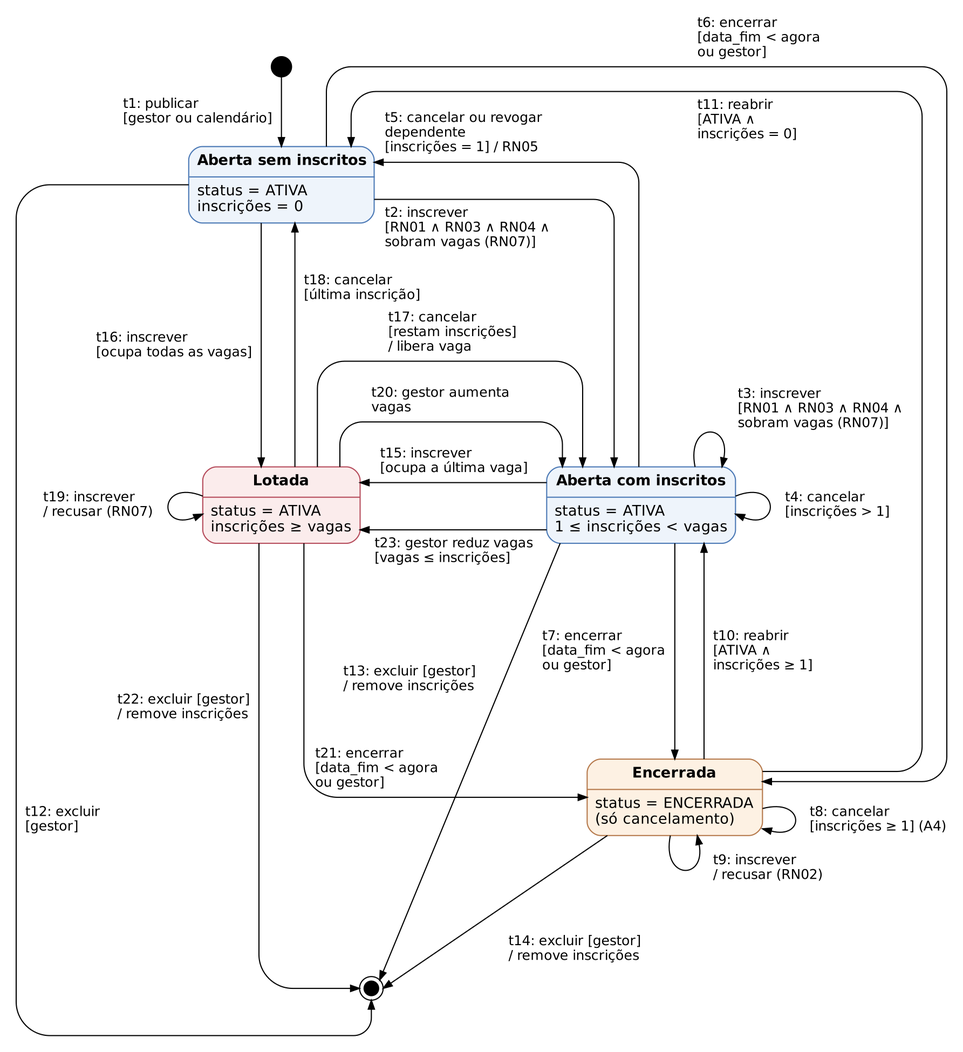
Above: qualidade/diagramas/ex05_estados.png in Conecta-Vida/Conecta-Vida-Mobile (Graphviz), before the change. Its source is kept beside it as qualidade/diagramas/ex05_estados.dot.
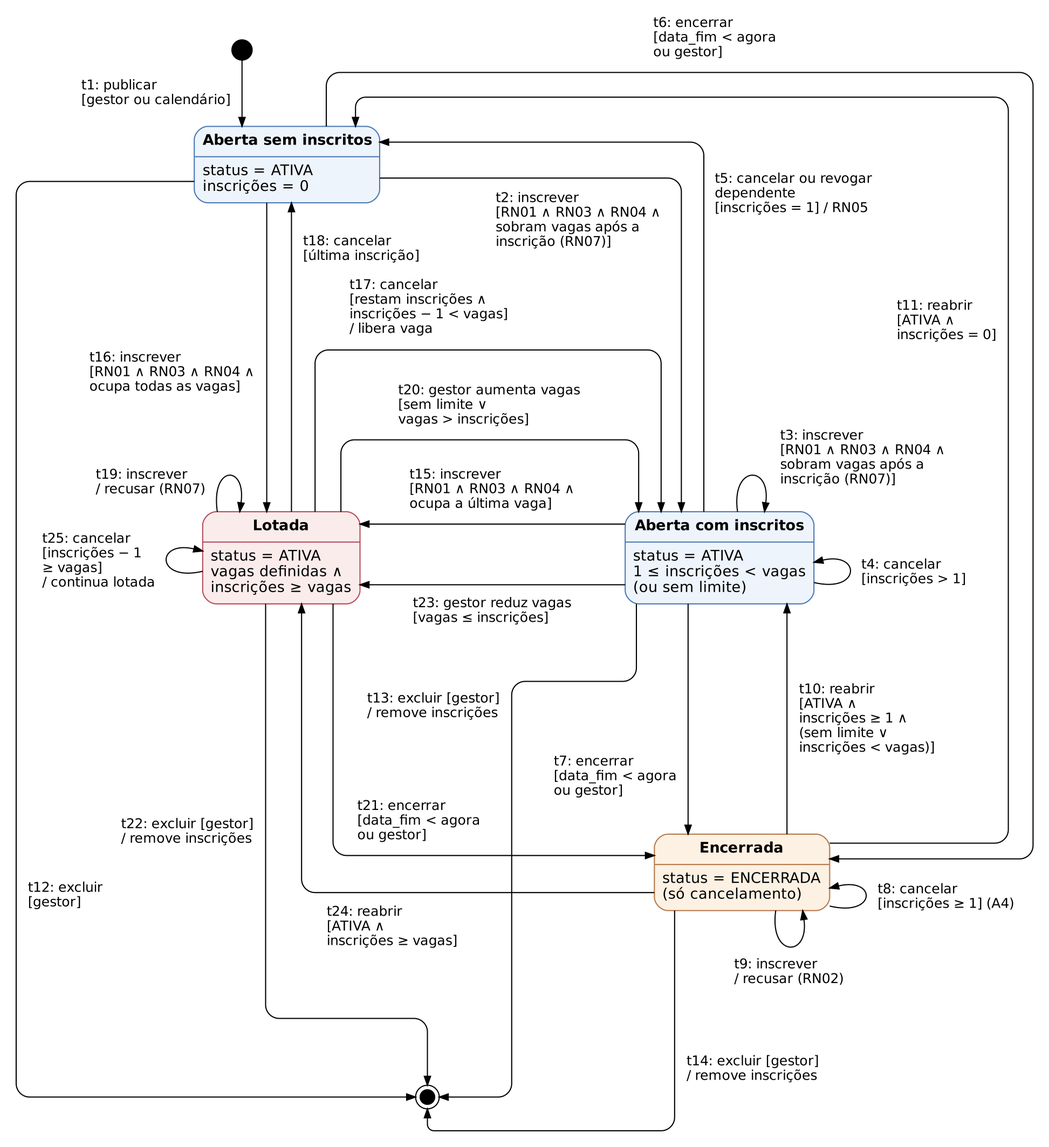
The same file after the commit.

Commit message:
docs(qualidade): ajustes dos modelos após revisão (RN07)

Diff of the diagram source:
```diff
@@ -3,43 +3,44 @@
   node  [fontname="DejaVu Sans", fontsize=13];
   edge  [fontname="DejaVu Sans", fontsize=12, arrowsize=0.8];
 
-  ini [pos="250.0,970.0", shape=circle, style=filled, fillcolor=black, label="", width=0.25];
-  fim [pos="330.0,150.0", shape=doublecircle, style=filled, fillcolor=black, label="", width=0.18];
-
-  E1 [pos="250.0,865.0", shape=plain, label=<<table border="1" cellborder="0" cellspacing="0" cellpadding="6" style="rounded" bgcolor="#EEF4FB" color="#4A78B5">
+  ini [pos="215.0,1062.0", shape=circle, style=filled, fillcolor=black, label="", width=0.25];
+  fim [pos="380.0,130.0", shape=doublecircle, style=filled, fillcolor=black, label="", width=0.18];
+  E1 [pos="255.0,960.0", shape=plain, label=<<table border="1" cellborder="0" cellspacing="0" cellpadding="6" style="rounded" bgcolor="#EEF4FB" color="#4A78B5">
       <tr><td><b>Aberta sem inscritos</b></td></tr><hr/>
       <tr><td align="left">status = ATIVA<br align="left"/>inscrições = 0<br align="left"/></td></tr></table>>];
-  E2 [pos="570.0,580.0", shape=plain, label=<<table border="1" cellborder="0" cellspacing="0" cellpadding="6" style="rounded" bgcolor="#EEF4FB" color="#4A78B5">
+  E2 [pos="640.0,610.0", shape=plain, label=<<table border="1" cellborder="0" cellspacing="0" cellpadding="6" style="rounded" bgcolor="#EEF4FB" color="#4A78B5">
       <tr><td><b>Aberta com inscritos</b></td></tr><hr/>
-      <tr><td align="left">status = ATIVA<br align="left"/>1 ≤ inscrições &lt; vagas<br align="left"/></td></tr></table>>];
-  E3 [pos="600.0,320.0", shape=plain, label=<<table border="1" cellborder="0" cellspacing="0" cellpadding="6" style="rounded" bgcolor="#FDF1E3" color="#B5784A">
+      <tr><td align="left">status = ATIVA<br align="left"/>1 ≤ inscrições &lt; vagas<br align="left"/>(ou sem limite)<br align="left"/></td></tr></table>>];
+  E3 [pos="660.0,330.0", shape=plain, label=<<table border="1" cellborder="0" cellspacing="0" cellpadding="6" style="rounded" bgcolor="#FDF1E3" color="#B5784A">
       <tr><td><b>Encerrada</b></td></tr><hr/>
       <tr><td align="left">status = ENCERRADA<br align="left"/>(só cancelamento)<br align="left"/></td></tr></table>>];
-  E5 [pos="250.0,580.0", shape=plain, label=<<table border="1" cellborder="0" cellspacing="0" cellpadding="6" style="rounded" bgcolor="#FBECEC" color="#B54A5A">
+  E5 [pos="250.0,610.0", shape=plain, label=<<table border="1" cellborder="0" cellspacing="0" cellpadding="6" style="rounded" bgcolor="#FBECEC" color="#B54A5A">
       <tr><td><b>Lotada</b></td></tr><hr/>
-      <tr><td align="left">status = ATIVA<br align="left"/>inscrições ≥ vagas<br align="left"/></td></tr></table>>];
+      <tr><td align="left">status = ATIVA<br align="left"/>vagas definidas ∧<br align="left"/>inscrições ≥ vagas<br align="left"/></td></tr></table>>];
 
-  ini -> E1 [label="t1: publicar\l[gestor ou calendário]\l", pos="e,250.0,899.0 250.0,961.0 250.0,940.3 250.0,919.7 250.0,907.0", lp="175.5,930.0"];
-  E1 -> E2 [label="t2: inscrever\l[RN01 ∧ RN03 ∧ RN04 ∧\lsobram vagas (RN07)]\l", pos="e,546.0,614.0 332.5,852.0 397.7,852.0 462.8,852.0 528.0,852.0 537.9,852.0 546.0,843.9 546.0,834.0 546.0,760.7 546.0,687.3 546.0,622.0", lp="416.0,826.5"];
-  E2 -> E2 [label="t3: inscrever\l[RN01 ∧ RN03 ∧ RN04 ∧\lsobram vagas (RN07)]\l", pos="e,642.0,614.0 618.0,614.0 610.0,654.0 650.0,654.0 643.6,621.8", lp="730.0,665.5"];
-  E2 -> E2 [label="t4: cancelar\l[inscrições > 1]\l", pos="e,654.0,572.0 654.0,588.0 694.0,604.0 694.0,556.0 661.4,569.0", lp="745.0,580.0"];
-  E2 -> E1 [label="t5: cancelar ou revogar\ldependente\l[inscrições = 1] / RN05\l", pos="e,332.5,885.0 568.0,614.0 568.0,698.3 568.0,782.7 568.0,867.0 568.0,876.9 559.9,885.0 550.0,885.0 477.5,885.0 405.0,885.0 340.5,885.0", lp="412.5,911.0"];
-  E1 -> E3 [label="t6: encerrar\l[data_fim < agora\lou gestor]\l", pos="e,678.0,334.0 290.0,899.0 290.0,915.3 290.0,931.7 290.0,948.0 290.0,960.1 299.9,970.0 312.0,970.0 481.3,970.0 650.7,970.0 820.0,970.0 832.1,970.0 842.0,960.1 842.0,948.0 842.0,750.7 842.0,553.3 842.0,356.0 842.0,343.9 832.1,334.0 820.0,334.0 772.7,334.0 725.3,334.0 686.0,334.0", lp="675.0,995.5"];
-  E2 -> E3 [label="t7: encerrar\l[data_fim < agora\lou gestor]\l", pos="e,600.0,354.0 600.0,546.0 600.0,482.0 600.0,418.0 600.0,362.0", lp="537.0,450.0"];
-  E3 -> E3 [label="t8: cancelar\l[inscrições ≥ 1] (A4)\l", pos="e,678.0,292.0 678.0,310.0 716.0,320.0 716.0,282.0 685.7,290.0", lp="781.0,300.0"];
-  E3 -> E3 [label="t9: inscrever\l/ recusar (RN02)\l", pos="e,620.0,286.0 596.0,286.0 588.0,246.0 628.0,246.0 621.6,278.2", lp="683.0,257.0"];
-  E3 -> E2 [label="t10: reabrir\l[ATIVA ∧\linscrições ≥ 1]\l", pos="e,626.0,546.0 626.0,354.0 626.0,418.0 626.0,482.0 626.0,538.0", lp="678.5,450.0"];
-  E3 -> E1 [label="t11: reabrir\l[ATIVA ∧\linscrições = 0]\l", pos="e,312.0,899.0 678.0,343.0 718.0,343.0 758.0,343.0 798.0,343.0 810.1,343.0 820.0,352.9 820.0,365.0 820.0,553.7 820.0,740.7 820.0,926.0 820.0,938.1 810.1,948.0 798.0,948.0 643.3,948.0 488.7,948.0 334.0,948.0 321.9,948.0 312.0,938.1 312.0,926.0 312.0,917.0 312.0,908.0 312.0,907.0", lp="664.5,922.5"];
-  E1 -> fim [label="t12: excluir\l[gestor]\l", pos="e,330.0,139.5 167.5,865.0 126.3,865.0 85.2,865.0 44.0,865.0 27.5,865.0 14.0,851.5 14.0,835.0 14.0,602.7 14.0,370.3 14.0,138.0 14.0,121.5 27.5,108.0 44.0,108.0 134.1,108.0 224.2,108.0 314.2,108.0 322.9,108.0 330.0,115.1 330.0,123.8 330.0,129.0 330.0,134.2 330.0,131.5", lp="55.5,300.0"];
-  E2 -> fim [label="t13: excluir [gestor]\l/ remove inscrições\l", pos="e,337.4,157.4 498.0,546.0 444.4,416.5 390.9,286.9 340.4,164.7", lp="364.0,425.0"];
-  E3 -> fim [label="t14: excluir [gestor]\l/ remove inscrições\l", pos="e,340.5,150.0 540.0,286.0 473.5,240.7 407.0,195.3 347.1,154.5", lp="511.0,185.0"];
-  E2 -> E5 [label="t15: inscrever\l[ocupa a última vaga]\l", pos="e,320.0,600.0 486.0,600.0 430.7,600.0 375.3,600.0 328.0,600.0", lp="403.8,619.0"];
-  E1 -> E5 [label="t16: inscrever\l[ocupa todas as vagas]\l", pos="e,232.0,614.0 232.0,831.0 232.0,758.7 232.0,686.3 232.0,622.0", lp="154.5,722.0"];
-  E5 -> E2 [label="t17: cancelar\l[restam inscrições]\l/ libera vaga\l", pos="e,518.0,614.0 282.0,614.0 282.0,637.3 282.0,660.7 282.0,684.0 282.0,697.2 292.8,708.0 306.0,708.0 368.7,708.0 431.3,708.0 494.0,708.0 507.2,708.0 518.0,697.2 518.0,684.0 518.0,660.7 518.0,637.3 518.0,622.0", lp="402.5,733.5"];
-  E5 -> E1 [label="t18: cancelar\l[última inscrição]\l", pos="e,262.0,831.0 262.0,614.0 262.0,686.3 262.0,758.7 262.0,823.0", lp="322.0,773.0"];
-  E5 -> E5 [label="t19: inscrever\l/ recusar (RN07)\l", pos="e,180.0,572.0 180.0,588.0 140.0,604.0 140.0,556.0 172.6,569.0", lp="87.0,580.0"];
-  E5 -> E2 [label="t20: gestor aumenta\lvagas\l", pos="e,500.0,614.0 302.0,614.0 302.0,620.7 302.0,627.3 302.0,634.0 302.0,645.0 311.0,654.0 322.0,654.0 374.7,654.0 427.3,654.0 480.0,654.0 491.0,654.0 500.0,645.0 500.0,634.0 500.0,627.3 500.0,620.7 500.0,622.0", lp="392.0,673.0"];
-  E5 -> E3 [label="t21: encerrar\l[data_fim < agora\lou gestor]\l", pos="e,522.0,320.0 270.0,546.0 270.0,480.7 270.0,415.3 270.0,350.0 270.0,333.5 283.5,320.0 300.0,320.0 374.0,320.0 448.0,320.0 514.0,320.0", lp="335.0,345.5"];
-  E5 -> fim [label="t22: excluir [gestor]\l/ remove inscrições\l", pos="e,319.5,150.0 230.0,546.0 230.0,424.0 230.0,302.0 230.0,180.0 230.0,163.5 243.5,150.0 260.0,150.0 279.8,150.0 299.7,150.0 311.5,150.0", lp="163.0,400.0"];
-  E2 -> E5 [label="t23: gestor reduz vagas\l[vagas ≤ inscrições]\l", pos="e,320.0,558.0 486.0,558.0 430.7,558.0 375.3,558.0 328.0,558.0", lp="403.8,539.0"];
+  ini -> E1 [label="t1: publicar\l[gestor ou calendário]\l", pos="e,215.0,994.0 215.0,1053.0 215.0,1036.0 215.0,1019.0 215.0,1002.0", lp="138.5,1023.5"];
+  E1 -> E2 [label="t2: inscrever\l[RN01 ∧ RN03 ∧ RN04 ∧\lsobram vagas após a\linscrição (RN07)]\l", pos="e,606.0,651.0 337.5,948.0 423.0,948.0 508.5,948.0 594.0,948.0 600.6,948.0 606.0,942.6 606.0,936.0 606.0,843.7 606.0,751.3 606.0,659.0", lp="514.7,910.2"];
+  E2 -> E2 [label="t3: inscrever\l[RN01 ∧ RN03 ∧ RN04 ∧\lsobram vagas após a\linscrição (RN07)]\l", pos="e,680.0,651.0 656.0,651.0 650.0,693.0 686.0,693.0 681.1,658.9", lp="767.9,698.8"];
+  E2 -> E2 [label="t4: cancelar\l[inscrições > 1]\l", pos="e,724.0,606.0 724.0,588.0 766.0,578.0 766.0,616.0 731.8,607.9", lp="813.2,597.0"];
+  E2 -> E1 [label="t5: cancelar ou revogar\ldependente\l[inscrições = 1] / RN05\l", pos="e,337.5,980.0 626.0,651.0 626.0,756.7 626.0,862.3 626.0,968.0 626.0,974.6 620.6,980.0 614.0,980.0 524.5,980.0 435.0,980.0 345.5,980.0", lp="706.2,933.9"];
+  E1 -> E3 [label="t6: encerrar\l[data_fim < agora\lou gestor]\l", pos="e,738.0,342.0 290.0,994.0 290.0,1006.0 290.0,1018.0 290.0,1030.0 290.0,1036.6 295.4,1042.0 302.0,1042.0 503.7,1042.0 705.3,1042.0 907.0,1042.0 913.6,1042.0 919.0,1036.6 919.0,1030.0 919.0,804.7 919.0,579.3 919.0,354.0 919.0,347.4 913.6,342.0 907.0,342.0 853.3,342.0 799.7,342.0 746.0,342.0", lp="636.0,1072.6"];
+  E2 -> E3 [label="t7: encerrar\l[data_fim < agora\lou gestor]\l", pos="e,612.0,364.0 612.0,569.0 612.0,503.3 612.0,437.7 612.0,372.0", lp="547.4,415.2"];
+  E3 -> E3 [label="t8: cancelar\l[inscrições ≥ 1] (A4)\l", pos="e,738.0,316.0 738.0,300.0 780.0,290.0 780.0,326.0 745.8,317.9", lp="841.7,308.0"];
+  E3 -> E3 [label="t9: inscrever\l/ recusar (RN02)\l", pos="e,714.0,296.0 690.0,296.0 684.0,254.0 720.0,254.0 715.1,288.1", lp="702.0,241.1"];
+  E3 -> E2 [label="t10: reabrir\l[ATIVA ∧\linscrições ≥ 1 ∧\l(sem limite ∨\linscrições < vagas)]\l", pos="e,700.0,569.0 700.0,364.0 700.0,429.7 700.0,495.3 700.0,561.0", lp="771.2,466.5"];
+  E3 -> E1 [label="t11: reabrir\l[ATIVA ∧\linscrições = 0]\l", pos="e,316.0,994.0 738.0,356.0 787.0,356.0 836.0,356.0 885.0,356.0 891.6,356.0 897.0,361.4 897.0,368.0 897.0,581.3 897.0,794.7 897.0,1008.0 897.0,1014.6 891.6,1020.0 885.0,1020.0 698.3,1020.0 511.7,1020.0 325.0,1020.0 320.0,1020.0 316.0,1016.0 316.0,1011.0 316.0,1008.0 316.0,1005.0 316.0,1002.0", lp="842.2,820.8"];
+  E1 -> fim [label="t12: excluir\l[gestor]\l", pos="e,369.5,130.0 172.5,945.0 123.7,945.0 74.8,945.0 26.0,945.0 19.4,945.0 14.0,939.6 14.0,933.0 14.0,669.3 14.0,405.7 14.0,142.0 14.0,135.4 19.4,130.0 26.0,130.0 137.8,130.0 249.7,130.0 361.5,130.0", lp="57.9,309.3"];
+  E2 -> fim [label="t13: excluir [gestor]\l/ remove inscrições\l", pos="e,390.5,130.0 566.0,569.0 566.0,550.0 566.0,531.0 566.0,512.0 566.0,505.4 560.6,500.0 554.0,500.0 525.0,500.0 496.0,500.0 467.0,500.0 460.4,500.0 455.0,494.6 455.0,488.0 455.0,372.7 455.0,257.3 455.0,142.0 455.0,135.4 449.6,130.0 443.0,130.0 428.2,130.0 413.3,130.0 398.5,130.0", lp="385.4,477.8"];
+  E3 -> fim [label="t14: excluir [gestor]\l/ remove inscrições\l", pos="e,380.0,119.5 600.0,296.0 600.0,234.7 600.0,173.3 600.0,112.0 600.0,105.4 594.6,100.0 588.0,100.0 520.6,100.0 453.2,100.0 385.8,100.0 382.6,100.0 380.0,102.6 380.0,105.8 380.0,107.7 380.0,109.6 380.0,111.5", lp="669.6,154.9"];
+  E2 -> E5 [label="t15: inscrever\l[RN01 ∧ RN03 ∧ RN04 ∧\locupa a última vaga]\l", pos="e,320.0,640.0 556.0,640.0 480.0,640.0 404.0,640.0 328.0,640.0", lp="438.0,670.6"];
+  E1 -> E5 [label="t16: inscrever\l[RN01 ∧ RN03 ∧ RN04 ∧\locupa todas as vagas]\l", pos="e,237.0,651.0 237.0,926.0 237.0,837.0 237.0,748.0 237.0,659.0", lp="153.1,774.8"];
+  E5 -> E2 [label="t17: cancelar\l[restam inscrições ∧\linscrições − 1 < vagas]\l/ libera vaga\l", pos="e,588.0,651.0 280.0,651.0 280.0,695.0 280.0,739.0 280.0,783.0 280.0,789.6 285.4,795.0 292.0,795.0 386.7,795.0 481.3,795.0 576.0,795.0 582.6,795.0 588.0,789.6 588.0,783.0 588.0,741.7 588.0,700.3 588.0,659.0", lp="381.6,832.8"];
+  E5 -> E1 [label="t18: cancelar\l[última inscrição]\l", pos="e,259.0,926.0 259.0,651.0 259.0,740.0 259.0,829.0 259.0,918.0", lp="321.3,884.8"];
+  E5 -> E5 [label="t19: inscrever\l/ recusar (RN07)\l", pos="e,213.0,651.0 193.0,651.0 187.0,693.0 219.0,693.0 214.1,658.9", lp="133.8,677.0"];
+  E5 -> E2 [label="t20: gestor aumenta vagas\l[sem limite ∨\lvagas > inscrições]\l", pos="e,568.0,651.0 303.0,651.0 303.0,668.3 303.0,685.7 303.0,703.0 303.0,709.6 308.4,715.0 315.0,715.0 395.3,715.0 475.7,715.0 556.0,715.0 562.6,715.0 568.0,709.6 568.0,703.0 568.0,688.3 568.0,673.7 568.0,659.0", lp="435.5,745.6"];
+  E5 -> E3 [label="t21: encerrar\l[data_fim < agora\lou gestor]\l", pos="e,582.0,345.0 296.0,569.0 296.0,498.3 296.0,427.7 296.0,357.0 296.0,350.4 301.4,345.0 308.0,345.0 396.7,345.0 485.3,345.0 574.0,345.0", lp="372.6,375.6"];
+  E5 -> fim [label="t22: excluir [gestor]\l/ remove inscrições\l", pos="e,380.0,140.5 236.0,569.0 236.0,450.0 236.0,331.0 236.0,212.0 236.0,205.4 241.4,200.0 248.0,200.0 288.0,200.0 328.0,200.0 368.0,200.0 374.6,200.0 380.0,194.6 380.0,188.0 380.0,174.8 380.0,161.7 380.0,148.5", lp="166.4,366.0"];
+  E2 -> E5 [label="t23: gestor reduz vagas\l[vagas ≤ inscrições]\l", pos="e,320.0,586.0 556.0,586.0 480.0,586.0 404.0,586.0 328.0,586.0", lp="438.0,562.6"];
+  E3 -> E5 [label="t24: reabrir\l[ATIVA ∧\linscrições ≥ vagas]\l", pos="e,268.0,569.0 582.0,312.0 481.3,312.0 380.7,312.0 280.0,312.0 273.4,312.0 268.0,317.4 268.0,324.0 268.0,403.0 268.0,482.0 268.0,561.0", lp="348.8,281.4"];
+  E5 -> E5 [label="t25: cancelar\l[inscrições − 1\l≥ vagas]\l/ continua lotada\l", pos="e,180.0,616.0 180.0,598.0 138.0,588.0 138.0,626.0 172.2,617.9", lp="87.7,607.0"];
 }
```
